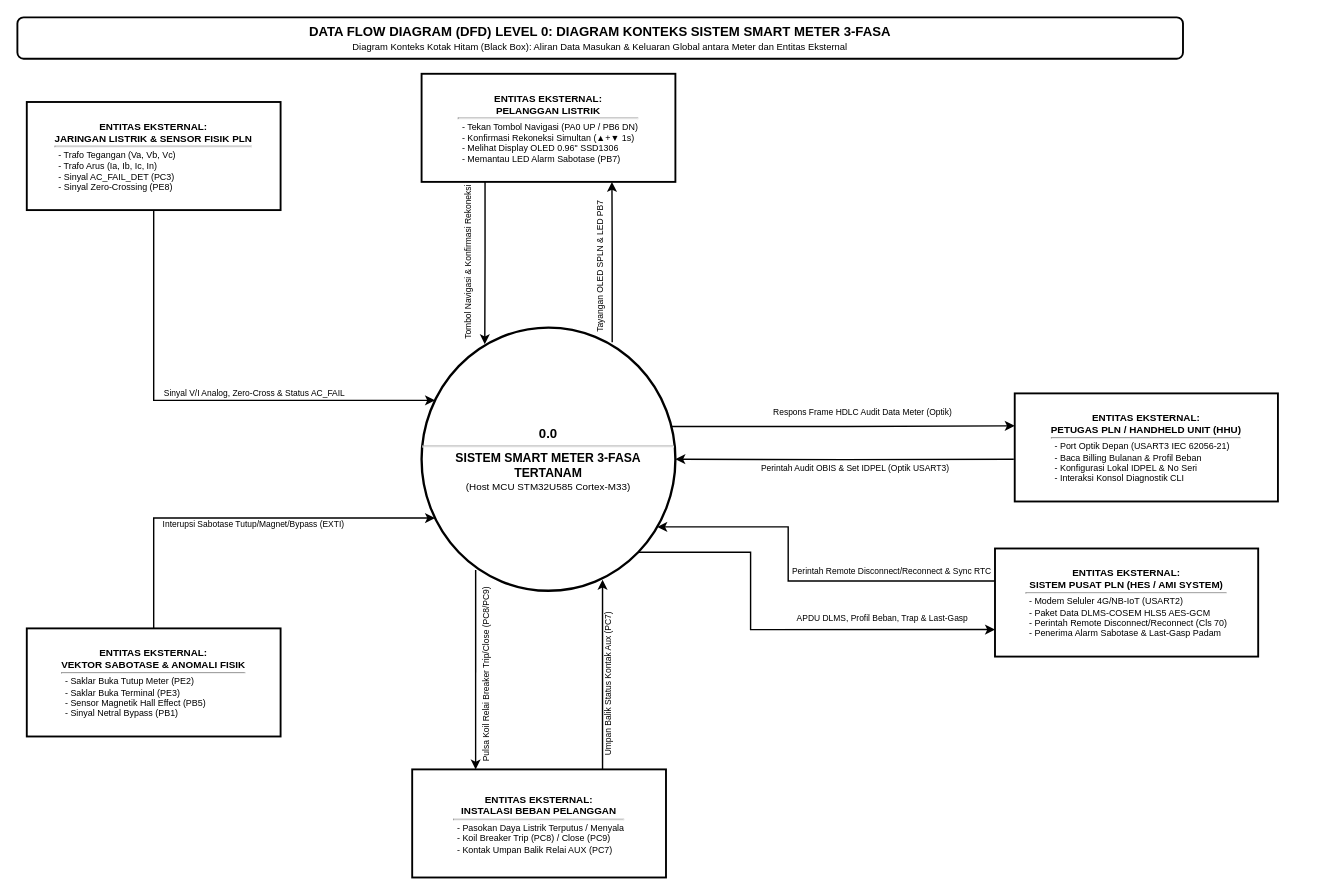
The draw.io diagram page "DFD Level 0: Diagram Konteks" (1 of 2) of docs/system_dfd_diagram.drawio.xml in Kevla27/ALLIN, before the edit. Source tidied: cells renumbered, new cells numbered last; positions are measured from the earlier drawing's top-left corner, leaving out a move shared by most shapes. Both pictures are drawn from the tidied source at 94%, with x=0, y=0 at pixel (17, 17).
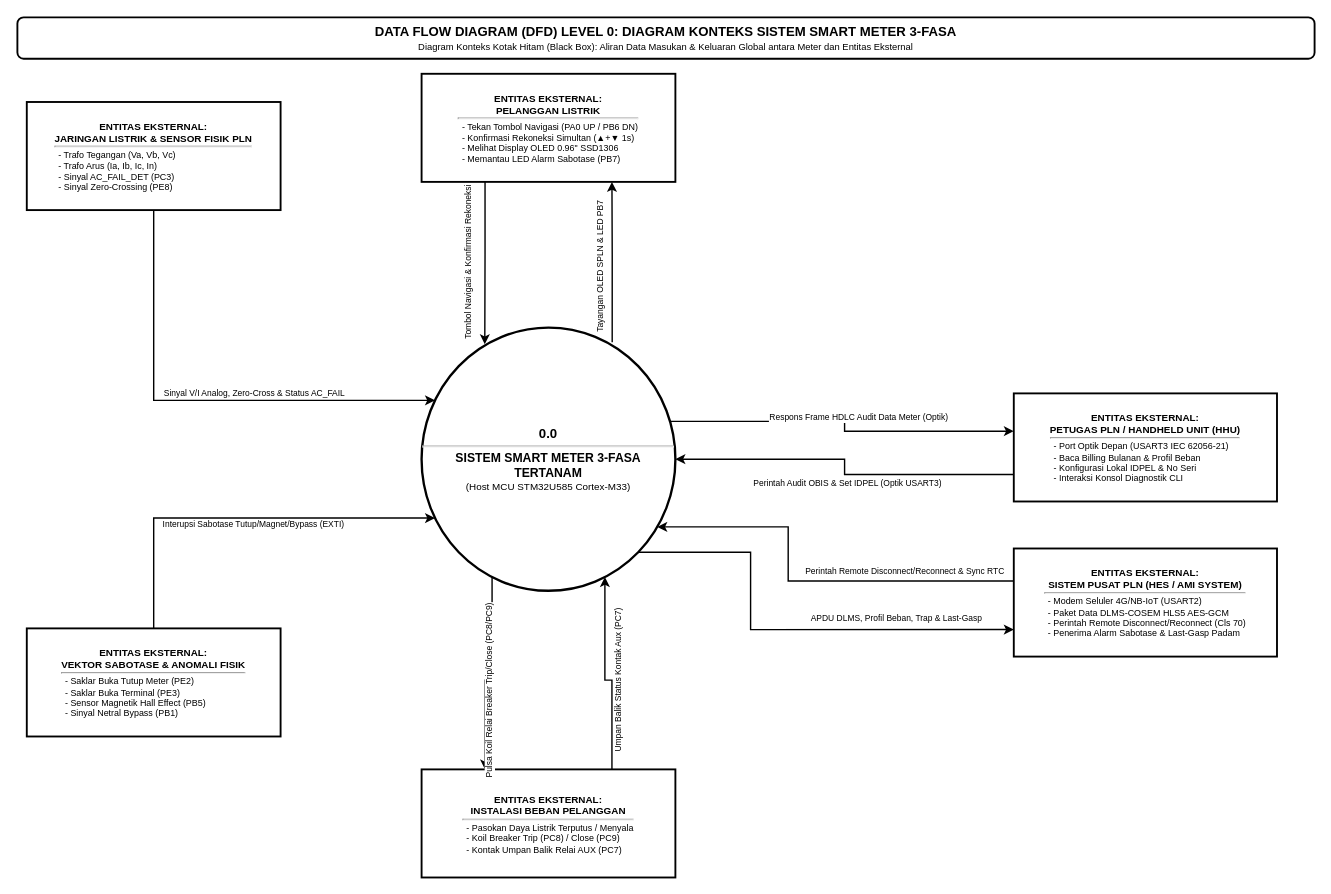
The same diagram, later.

Commit message (it also covers changes not shown here):
docs(dfd): audit dan perbaiki integritas DFD Level 0 dan Level 1 serta selaraskan flowchart ANSI sistem

The change refers to these unchanged cells:
```xml
<mxCell id="3" value="&lt;b style=&quot;font-size:14px;&quot;&gt;0.0&lt;/b&gt;&lt;hr style=&quot;margin:4px 0;&quot;/&gt;&lt;b style=&quot;font-size:13px;&quot;&gt;SISTEM SMART METER 3-FASA TERTANAM&lt;/b&gt;&lt;br/&gt;&lt;font style=&quot;font-size:10.5px;&quot;&gt;(Host MCU STM32U585 Cortex-M33)&lt;/font&gt;" style="ellipse;whiteSpace=wrap;html=1;fillColor=#ffffff;strokeColor=#000000;strokeWidth=2.5;fontColor=#000000;fontSize=11;fontFamily=Helvetica;align=center;" parent="1" vertex="1">
  <mxGeometry x="430" y="330" width="270" height="280" as="geometry" />
</mxCell>
```

Change to the diagram source:
```diff
@@
     <mxCell id="2" value="&lt;b style=&quot;font-size: 14px;&quot;&gt;DATA FLOW DIAGRAM (DFD) LEVEL 0: DIAGRAM KONTEKS SISTEM SMART METER 3-FASA&lt;/b&gt;&lt;br/&gt;&lt;font style=&quot;font-size: 10px;&quot;&gt;Diagram Konteks Kotak Hitam (Black Box): Aliran Data Masukan &amp;amp; Keluaran Global antara Meter dan Entitas Eksternal&lt;/font&gt;" style="rounded=1;whiteSpace=wrap;html=1;fillColor=#ffffff;strokeColor=#000000;strokeWidth=2;fontColor=#000000;fontSize=12;align=center;fontFamily=Helvetica;" parent="1" vertex="1">
-      <mxGeometry width="1240" height="44" as="geometry" />
+      <mxGeometry width="1380" height="44" as="geometry" />
     </mxCell>
@@
     <mxCell id="7" value="&lt;b&gt;ENTITAS EKSTERNAL:&lt;br/&gt;INSTALASI BEBAN PELANGGAN&lt;/b&gt;&lt;hr style=&quot;margin:2px 0;&quot;/&gt;&lt;div style=&quot;font-size:9.5px;text-align:left;padding-left:4px;&quot;&gt;- Pasokan Daya Listrik Terputus / Menyala&lt;br/&gt;- Koil Breaker Trip (PC8) / Close (PC9)&lt;br/&gt;- Kontak Umpan Balik Relai AUX (PC7)&lt;/div&gt;" style="rounded=0;whiteSpace=wrap;html=1;fillColor=#ffffff;strokeColor=#000000;strokeWidth=2;fontColor=#000000;fontSize=10.5;fontFamily=Helvetica;align=center;" parent="1" vertex="1">
-      <mxGeometry x="420" y="800" width="270" height="115" as="geometry" />
+      <mxGeometry x="430" y="800" width="270" height="115" as="geometry" />
     </mxCell>
     <mxCell id="8" value="&lt;b&gt;ENTITAS EKSTERNAL:&lt;br/&gt;PETUGAS PLN / HANDHELD UNIT (HHU)&lt;/b&gt;&lt;hr style=&quot;margin:2px 0;&quot;/&gt;&lt;div style=&quot;font-size:9.5px;text-align:left;padding-left:4px;&quot;&gt;- Port Optik Depan (USART3 IEC 62056-21)&lt;br/&gt;- Baca Billing Bulanan &amp;amp; Profil Beban&lt;br/&gt;- Konfigurasi Lokal IDPEL &amp;amp; No Seri&lt;br/&gt;- Interaksi Konsol Diagnostik CLI&lt;/div&gt;" style="rounded=0;whiteSpace=wrap;html=1;fillColor=#ffffff;strokeColor=#000000;strokeWidth=2;fontColor=#000000;fontSize=10.5;fontFamily=Helvetica;align=center;" parent="1" vertex="1">
-      <mxGeometry x="1061" y="400" width="280" height="115" as="geometry" />
+      <mxGeometry x="1060" y="400" width="280" height="115" as="geometry" />
     </mxCell>
     <mxCell id="9" value="&lt;b&gt;ENTITAS EKSTERNAL:&lt;br/&gt;SISTEM PUSAT PLN (HES / AMI SYSTEM)&lt;/b&gt;&lt;hr style=&quot;margin:2px 0;&quot;/&gt;&lt;div style=&quot;font-size:9.5px;text-align:left;padding-left:4px;&quot;&gt;- Modem Seluler 4G/NB-IoT (USART2)&lt;br/&gt;- Paket Data DLMS-COSEM HLS5 AES-GCM&lt;br/&gt;- Perintah Remote Disconnect/Reconnect (Cls 70)&lt;br/&gt;- Penerima Alarm Sabotase &amp;amp; Last-Gasp Padam&lt;/div&gt;" style="rounded=0;whiteSpace=wrap;html=1;fillColor=#ffffff;strokeColor=#000000;strokeWidth=2;fontColor=#000000;fontSize=10.5;fontFamily=Helvetica;align=center;" parent="1" vertex="1">
-      <mxGeometry x="1040" y="565" width="280" height="115" as="geometry" />
+      <mxGeometry x="1060" y="565" width="280" height="115" as="geometry" />
     </mxCell>
@@
-    <mxCell id="14" value="Pulsa Koil Relai Breaker Trip/Close (PC8/PC9)" style="edgeStyle=orthogonalEdgeStyle;rounded=0;jettySize=auto;html=1;strokeColor=#000000;strokeWidth=1.5;endArrow=classic;endFill=1;labelBackgroundColor=#ffffff;fontColor=#000000;fontSize=9;fontFamily=Helvetica;exitX=0.213;exitY=0.921;exitDx=0;exitDy=0;entryX=0.25;entryY=0;entryDx=0;entryDy=0;exitPerimeter=0;horizontal=0;" parent="1" edge="1" source="3" target="7">
+    <mxCell id="14" value="Pulsa Koil Relai Breaker Trip/Close (PC8/PC9)" style="edgeStyle=orthogonalEdgeStyle;rounded=0;jettySize=auto;html=1;strokeColor=#000000;strokeWidth=1.5;endArrow=classic;endFill=1;labelBackgroundColor=#ffffff;fontColor=#000000;fontSize=9;fontFamily=Helvetica;exitX=0.25;exitY=1;exitDx=0;exitDy=0;entryX=0.25;entryY=0;entryDx=0;entryDy=0;horizontal=0;" parent="1" edge="1" source="3" target="7">
       <mxGeometry x="0.06" y="12" relative="1" as="geometry" />
     </mxCell>
-    <mxCell id="15" value="Umpan Balik Status Kontak Aux (PC7)" style="edgeStyle=orthogonalEdgeStyle;rounded=0;jettySize=auto;html=1;strokeColor=#000000;strokeWidth=1.5;endArrow=classic;endFill=1;labelBackgroundColor=#ffffff;fontColor=#000000;fontSize=9;fontFamily=Helvetica;exitX=0.75;exitY=0;exitDx=0;exitDy=0;entryX=0.713;entryY=0.958;entryDx=0;entryDy=0;entryPerimeter=0;horizontal=0;" parent="1" edge="1" source="7" target="3">
+    <mxCell id="15" value="Umpan Balik Status Kontak Aux (PC7)" style="edgeStyle=orthogonalEdgeStyle;rounded=0;jettySize=auto;html=1;strokeColor=#000000;strokeWidth=1.5;endArrow=classic;endFill=1;labelBackgroundColor=#ffffff;fontColor=#000000;fontSize=9;fontFamily=Helvetica;exitX=0.75;exitY=0;exitDx=0;exitDy=0;entryX=0.75;entryY=1;entryDx=0;entryDy=0;horizontal=0;" parent="1" edge="1" source="7" target="3">
       <mxGeometry x="-0.11" y="-7" relative="1" as="geometry" />
     </mxCell>
-    <mxCell id="16" value="Perintah Audit OBIS &amp;amp; Set IDPEL (Optik USART3)" style="edgeStyle=orthogonalEdgeStyle;rounded=0;jettySize=auto;html=1;strokeColor=#000000;strokeWidth=1.5;endArrow=classic;endFill=1;labelBackgroundColor=#ffffff;fontColor=#000000;fontSize=9;fontFamily=Helvetica;" parent="1" edge="1" target="3">
-      <mxGeometry x="-0.06" y="10" relative="1" as="geometry">
-        <mxPoint x="1060" y="470" as="sourcePoint" />
-      </mxGeometry>
+    <mxCell id="16" value="Perintah Audit OBIS &amp;amp; Set IDPEL (Optik USART3)" style="edgeStyle=orthogonalEdgeStyle;rounded=0;jettySize=auto;html=1;strokeColor=#000000;strokeWidth=1.5;endArrow=classic;endFill=1;labelBackgroundColor=#ffffff;fontColor=#000000;fontSize=9;fontFamily=Helvetica;exitX=0;exitY=0.75;exitDx=0;exitDy=0;entryX=1;entryY=0.5;entryDx=0;entryDy=0;" parent="1" edge="1" source="8" target="3">
+      <mxGeometry x="-0.06" y="10" relative="1" as="geometry" />
     </mxCell>
-    <mxCell id="17" value="Respons Frame HDLC Audit Data Meter (Optik)" style="edgeStyle=orthogonalEdgeStyle;rounded=0;jettySize=auto;html=1;strokeColor=#000000;strokeWidth=1.5;endArrow=classic;endFill=1;labelBackgroundColor=#ffffff;fontColor=#000000;fontSize=9;fontFamily=Helvetica;exitX=0.981;exitY=0.376;exitDx=0;exitDy=0;entryX=0;entryY=0.3;entryDx=0;entryDy=0;exitPerimeter=0;" parent="1" edge="1" source="3" target="8">
+    <mxCell id="17" value="Respons Frame HDLC Audit Data Meter (Optik)" style="edgeStyle=orthogonalEdgeStyle;rounded=0;jettySize=auto;html=1;strokeColor=#000000;strokeWidth=1.5;endArrow=classic;endFill=1;labelBackgroundColor=#ffffff;fontColor=#000000;fontSize=9;fontFamily=Helvetica;exitX=1;exitY=0.35;exitDx=0;exitDy=0;entryX=0;entryY=0.35;entryDx=0;entryDy=0;" parent="1" edge="1" source="3" target="8">
       <mxGeometry x="0.12" y="14" relative="1" as="geometry" />
     </mxCell>
```
